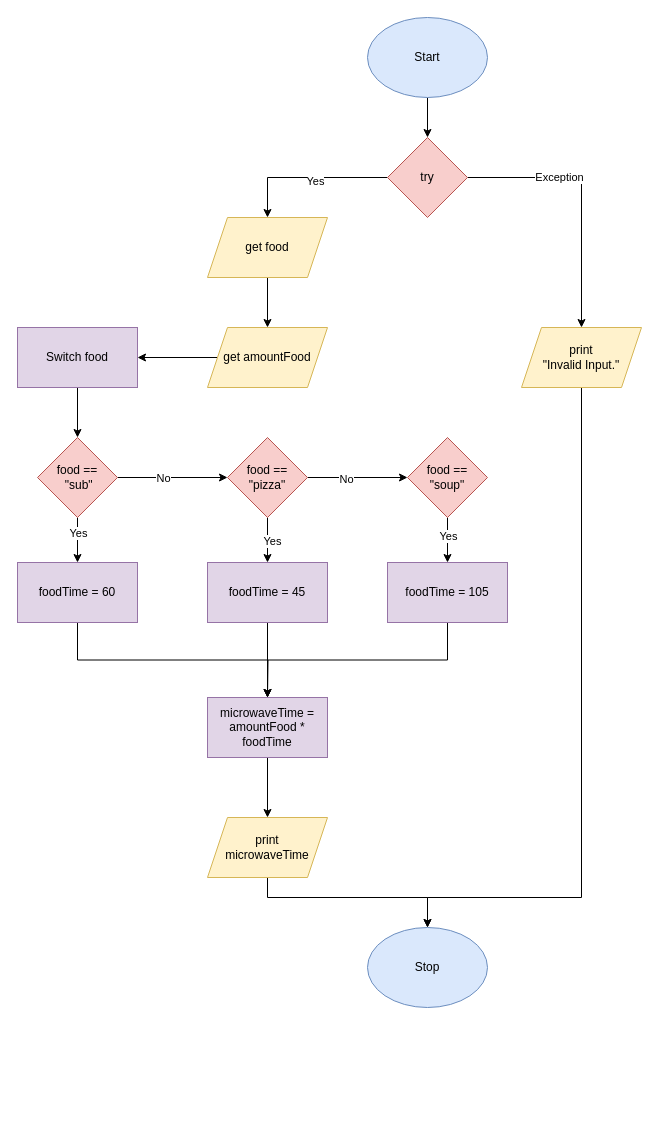
This is Design/Unit1-03.drawio from dbcalitis/ics4u-unit1-03-typescript, a draw.io file, before an edit. Source tidied: cells renumbered, new cells numbered last; positions are measured from the earlier drawing's top-left corner, leaving out a move shared by most shapes. Both pictures are drawn from the tidied source at 100%, with x=0, y=0 at pixel (17, 17).
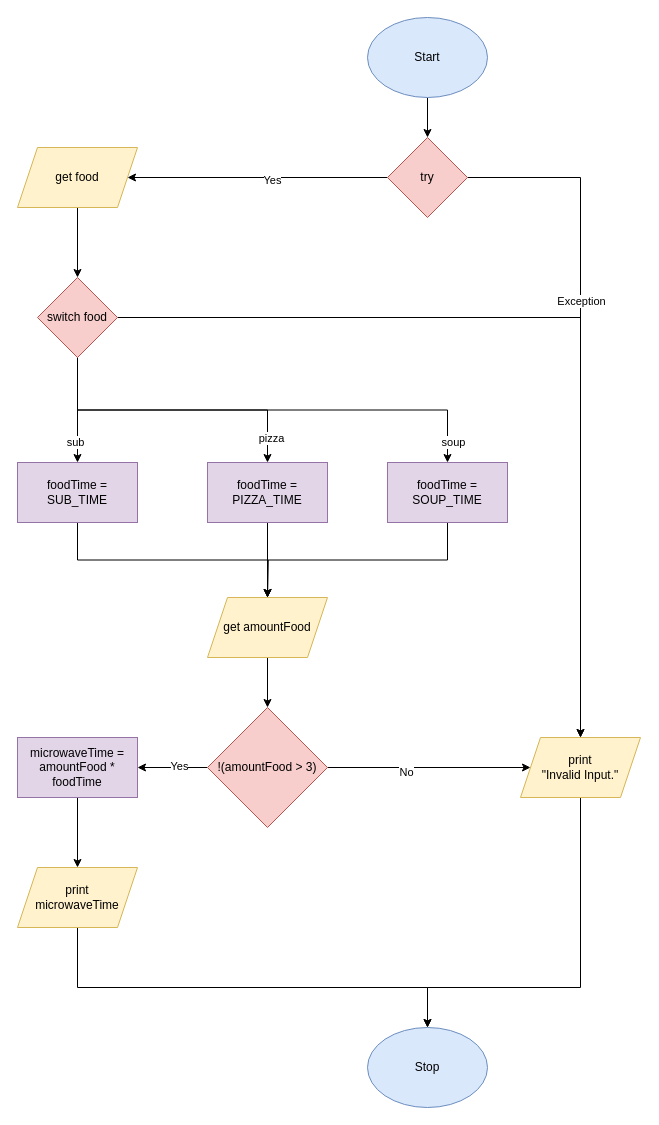
The same page after the edit.

Commit message (it also covers changes not shown here):
Updated Design content

Unchanged cells that the change refers to:
```xml
<mxCell id="9" value="try" style="rhombus;whiteSpace=wrap;html=1;fillColor=#f8cecc;strokeColor=#b85450;" parent="1" vertex="1">
  <mxGeometry x="370" y="120" width="80" height="80" as="geometry" />
</mxCell>
<mxCell id="24" style="edgeStyle=orthogonalEdgeStyle;rounded=0;html=1;exitX=0.5;exitY=1;exitDx=0;exitDy=0;" parent="1" edge="1" source="28" target="17">
  <mxGeometry relative="1" as="geometry" />
</mxCell>
```

Diff of the diagram source:
```diff
@@
     <mxCell id="4" value="Stop" style="ellipse;whiteSpace=wrap;html=1;fillColor=#dae8fc;strokeColor=#6c8ebf;" parent="1" vertex="1">
-      <mxGeometry x="350" y="910" width="120" height="80" as="geometry" />
+      <mxGeometry x="350" y="1010" width="120" height="80" as="geometry" />
     </mxCell>
-    <mxCell id="5" style="edgeStyle=orthogonalEdgeStyle;html=1;exitX=0;exitY=0.5;exitDx=0;exitDy=0;entryX=0.5;entryY=0;entryDx=0;entryDy=0;rounded=0;" parent="1" edge="1" source="9" target="11">
-      <mxGeometry relative="1" as="geometry" />
-    </mxCell>
-    <mxCell id="6" value="Yes" style="edgeLabel;html=1;align=center;verticalAlign=middle;" parent="5" vertex="1">
-      <mxGeometry x="-0.09" y="3" relative="1" as="geometry" />
-    </mxCell>
@@
+    <mxCell id="5" style="edgeStyle=orthogonalEdgeStyle;rounded=0;html=1;exitX=0;exitY=0.5;exitDx=0;exitDy=0;entryX=1;entryY=0.5;entryDx=0;entryDy=0;" parent="1" edge="1" source="9" target="11">
+      <mxGeometry relative="1" as="geometry" />
+    </mxCell>
+    <mxCell id="41" value="Yes" style="edgeLabel;html=1;align=center;verticalAlign=middle;" parent="5" vertex="1">
+      <mxGeometry x="-0.11" y="2" relative="1" as="geometry" />
+    </mxCell>
@@
-    <mxCell id="10" style="edgeStyle=orthogonalEdgeStyle;rounded=0;html=1;exitX=0.5;exitY=1;exitDx=0;exitDy=0;entryX=0.5;entryY=0;entryDx=0;entryDy=0;" parent="1" edge="1" source="11" target="13">
-      <mxGeometry relative="1" as="geometry" />
-    </mxCell>
+    <mxCell id="42" style="edgeStyle=orthogonalEdgeStyle;rounded=0;html=1;exitX=0.5;exitY=1;exitDx=0;exitDy=0;entryX=0.5;entryY=0;entryDx=0;entryDy=0;" parent="1" edge="1" source="11" target="28">
+      <mxGeometry relative="1" as="geometry" />
+    </mxCell>
     <mxCell id="11" value="get food" style="shape=parallelogram;perimeter=parallelogramPerimeter;whiteSpace=wrap;html=1;fixedSize=1;fillColor=#fff2cc;strokeColor=#d6b656;" parent="1" vertex="1">
-      <mxGeometry x="190" y="200" width="120" height="60" as="geometry" />
+      <mxGeometry y="130" width="120" height="60" as="geometry" />
     </mxCell>
-    <mxCell id="12" style="edgeStyle=orthogonalEdgeStyle;rounded=0;html=1;exitX=0;exitY=0.5;exitDx=0;exitDy=0;entryX=1;entryY=0.5;entryDx=0;entryDy=0;" parent="1" edge="1" source="13" target="23">
-      <mxGeometry relative="1" as="geometry" />
-    </mxCell>
-    <mxCell id="13" value="get amountFood" style="shape=parallelogram;perimeter=parallelogramPerimeter;whiteSpace=wrap;html=1;fixedSize=1;fillColor=#fff2cc;strokeColor=#d6b656;" parent="1" vertex="1">
-      <mxGeometry x="190" y="310" width="120" height="60" as="geometry" />
-    </mxCell>
     <mxCell id="14" style="edgeStyle=orthogonalEdgeStyle;rounded=0;html=1;exitX=0.5;exitY=1;exitDx=0;exitDy=0;" parent="1" edge="1" source="15" target="4">
       <mxGeometry relative="1" as="geometry">
         <Array as="points">
-          <mxPoint x="564" y="880" />
-          <mxPoint x="410" y="880" />
+          <mxPoint x="563" y="970" />
+          <mxPoint x="410" y="970" />
         </Array>
       </mxGeometry>
     </mxCell>
     <mxCell id="15" value="print &lt;br&gt;&quot;Invalid Input.&quot;" style="shape=parallelogram;perimeter=parallelogramPerimeter;whiteSpace=wrap;html=1;fixedSize=1;fillColor=#fff2cc;strokeColor=#d6b656;" parent="1" vertex="1">
-      <mxGeometry x="504" y="310" width="120" height="60" as="geometry" />
+      <mxGeometry x="503" y="720" width="120" height="60" as="geometry" />
     </mxCell>
     <mxCell id="16" style="edgeStyle=orthogonalEdgeStyle;rounded=0;html=1;exitX=0.5;exitY=1;exitDx=0;exitDy=0;" parent="1" edge="1" source="17">
       <mxGeometry relative="1" as="geometry">
-        <mxPoint x="250" y="680" as="targetPoint" />
+        <mxPoint x="250" y="580" as="targetPoint" />
       </mxGeometry>
     </mxCell>
-    <mxCell id="17" value="foodTime = 60" style="rounded=0;whiteSpace=wrap;html=1;fillColor=#e1d5e7;strokeColor=#9673a6;" parent="1" vertex="1">
-      <mxGeometry y="545" width="120" height="60" as="geometry" />
+    <mxCell id="17" value="foodTime = SUB_TIME" style="rounded=0;whiteSpace=wrap;html=1;fillColor=#e1d5e7;strokeColor=#9673a6;" parent="1" vertex="1">
+      <mxGeometry y="445" width="120" height="60" as="geometry" />
     </mxCell>
-    <mxCell id="18" style="edgeStyle=orthogonalEdgeStyle;rounded=0;html=1;exitX=0.5;exitY=1;exitDx=0;exitDy=0;" parent="1" edge="1" source="19" target="38">
-      <mxGeometry relative="1" as="geometry" />
+    <mxCell id="18" style="edgeStyle=orthogonalEdgeStyle;rounded=0;html=1;exitX=0.5;exitY=1;exitDx=0;exitDy=0;" parent="1" edge="1" source="19">
+      <mxGeometry relative="1" as="geometry">
+        <mxPoint x="250" y="580" as="targetPoint" />
+      </mxGeometry>
     </mxCell>
-    <mxCell id="19" value="foodTime = 45" style="rounded=0;whiteSpace=wrap;html=1;fillColor=#e1d5e7;strokeColor=#9673a6;" parent="1" vertex="1">
-      <mxGeometry x="190" y="545" width="120" height="60" as="geometry" />
+    <mxCell id="19" value="foodTime = PIZZA_TIME" style="rounded=0;whiteSpace=wrap;html=1;fillColor=#e1d5e7;strokeColor=#9673a6;" parent="1" vertex="1">
+      <mxGeometry x="190" y="445" width="120" height="60" as="geometry" />
     </mxCell>
-    <mxCell id="20" style="edgeStyle=orthogonalEdgeStyle;rounded=0;html=1;exitX=0.5;exitY=1;exitDx=0;exitDy=0;" parent="1" edge="1" source="21" target="38">
-      <mxGeometry relative="1" as="geometry" />
+    <mxCell id="20" style="edgeStyle=orthogonalEdgeStyle;rounded=0;html=1;exitX=0.5;exitY=1;exitDx=0;exitDy=0;" parent="1" edge="1" source="21">
+      <mxGeometry relative="1" as="geometry">
+        <mxPoint x="250" y="580" as="targetPoint" />
+      </mxGeometry>
     </mxCell>
-    <mxCell id="21" value="foodTime = 105" style="rounded=0;whiteSpace=wrap;html=1;fillColor=#e1d5e7;strokeColor=#9673a6;" parent="1" vertex="1">
-      <mxGeometry x="370" y="545" width="120" height="60" as="geometry" />
+    <mxCell id="21" value="foodTime = SOUP_TIME" style="rounded=0;whiteSpace=wrap;html=1;fillColor=#e1d5e7;strokeColor=#9673a6;" parent="1" vertex="1">
+      <mxGeometry x="370" y="445" width="120" height="60" as="geometry" />
     </mxCell>
-    <mxCell id="22" style="edgeStyle=orthogonalEdgeStyle;rounded=0;html=1;exitX=0.5;exitY=1;exitDx=0;exitDy=0;entryX=0.5;entryY=0;entryDx=0;entryDy=0;" parent="1" edge="1" source="23" target="28">
-      <mxGeometry relative="1" as="geometry" />
-    </mxCell>
-    <mxCell id="23" value="Switch food" style="rounded=0;whiteSpace=wrap;html=1;fillColor=#e1d5e7;strokeColor=#9673a6;" parent="1" vertex="1">
-      <mxGeometry y="310" width="120" height="60" as="geometry" />
-    </mxCell>
@@
-    <mxCell id="25" value="Yes" style="edgeLabel;html=1;align=center;verticalAlign=middle;" parent="24" vertex="1">
-      <mxGeometry x="-0.32" relative="1" as="geometry" />
-    </mxCell>
-    <mxCell id="26" style="edgeStyle=orthogonalEdgeStyle;rounded=0;html=1;exitX=1;exitY=0.5;exitDx=0;exitDy=0;entryX=0;entryY=0.5;entryDx=0;entryDy=0;" parent="1" edge="1" source="28" target="33">
-      <mxGeometry relative="1" as="geometry" />
-    </mxCell>
-    <mxCell id="27" value="No" style="edgeLabel;html=1;align=center;verticalAlign=middle;" parent="26" vertex="1">
-      <mxGeometry x="-0.19" relative="1" as="geometry" />
-    </mxCell>
+    <mxCell id="43" value="sub" style="edgeLabel;html=1;align=center;verticalAlign=middle;" parent="24" vertex="1">
+      <mxGeometry x="0.6" y="-3" relative="1" as="geometry" />
+    </mxCell>
+    <mxCell id="44" style="edgeStyle=orthogonalEdgeStyle;rounded=0;html=1;exitX=0.5;exitY=1;exitDx=0;exitDy=0;entryX=0.5;entryY=0;entryDx=0;entryDy=0;" parent="1" edge="1" source="28" target="19">
+      <mxGeometry relative="1" as="geometry" />
+    </mxCell>
+    <mxCell id="45" value="pizza" style="edgeLabel;html=1;align=center;verticalAlign=middle;" parent="44" vertex="1">
+      <mxGeometry x="0.83" y="3" relative="1" as="geometry" />
+    </mxCell>
+    <mxCell id="46" style="edgeStyle=orthogonalEdgeStyle;rounded=0;html=1;exitX=0.5;exitY=1;exitDx=0;exitDy=0;" parent="1" edge="1" source="28" target="21">
+      <mxGeometry relative="1" as="geometry" />
+    </mxCell>
+    <mxCell id="47" value="soup" style="edgeLabel;html=1;align=center;verticalAlign=middle;" parent="46" vertex="1">
+      <mxGeometry x="0.91" y="5" relative="1" as="geometry" />
+    </mxCell>
+    <mxCell id="48" style="edgeStyle=orthogonalEdgeStyle;rounded=0;html=1;exitX=1;exitY=0.5;exitDx=0;exitDy=0;" parent="1" edge="1" source="28" target="15">
+      <mxGeometry relative="1" as="geometry" />
+    </mxCell>
-    <mxCell id="28" value="food ==&lt;br&gt;&amp;nbsp;&quot;sub&quot;" style="rhombus;whiteSpace=wrap;html=1;fillColor=#f8cecc;strokeColor=#b85450;" parent="1" vertex="1">
-      <mxGeometry x="20" y="420" width="80" height="80" as="geometry" />
+    <mxCell id="28" value="switch food" style="rhombus;whiteSpace=wrap;html=1;fillColor=#f8cecc;strokeColor=#b85450;" parent="1" vertex="1">
+      <mxGeometry x="20" y="260" width="80" height="80" as="geometry" />
     </mxCell>
-    <mxCell id="29" style="edgeStyle=orthogonalEdgeStyle;rounded=0;html=1;exitX=1;exitY=0.5;exitDx=0;exitDy=0;entryX=0;entryY=0.5;entryDx=0;entryDy=0;" parent="1" edge="1" source="33" target="36">
-      <mxGeometry relative="1" as="geometry" />
-    </mxCell>
-    <mxCell id="30" value="No" style="edgeLabel;html=1;align=center;verticalAlign=middle;" parent="29" vertex="1">
-      <mxGeometry x="-0.25" y="-1" relative="1" as="geometry" />
-    </mxCell>
-    <mxCell id="31" style="edgeStyle=orthogonalEdgeStyle;rounded=0;html=1;exitX=0.5;exitY=1;exitDx=0;exitDy=0;entryX=0.5;entryY=0;entryDx=0;entryDy=0;" parent="1" edge="1" source="33" target="19">
-      <mxGeometry relative="1" as="geometry" />
-    </mxCell>
-    <mxCell id="32" value="Yes" style="edgeLabel;html=1;align=center;verticalAlign=middle;" parent="31" vertex="1">
-      <mxGeometry x="0.03" y="4" relative="1" as="geometry" />
-    </mxCell>
-    <mxCell id="33" value="food == &quot;pizza&quot;" style="rhombus;whiteSpace=wrap;html=1;fillColor=#f8cecc;strokeColor=#b85450;" parent="1" vertex="1">
-      <mxGeometry x="210" y="420" width="80" height="80" as="geometry" />
-    </mxCell>
-    <mxCell id="34" style="edgeStyle=orthogonalEdgeStyle;rounded=0;html=1;exitX=0.5;exitY=1;exitDx=0;exitDy=0;entryX=0.5;entryY=0;entryDx=0;entryDy=0;" parent="1" edge="1" source="36" target="21">
-      <mxGeometry relative="1" as="geometry" />
-    </mxCell>
-    <mxCell id="35" value="Yes" style="edgeLabel;html=1;align=center;verticalAlign=middle;" parent="34" vertex="1">
-      <mxGeometry x="-0.2" relative="1" as="geometry" />
-    </mxCell>
-    <mxCell id="36" value="food == &quot;soup&quot;" style="rhombus;whiteSpace=wrap;html=1;fillColor=#f8cecc;strokeColor=#b85450;" parent="1" vertex="1">
-      <mxGeometry x="390" y="420" width="80" height="80" as="geometry" />
-    </mxCell>
+    <mxCell id="39" style="edgeStyle=orthogonalEdgeStyle;rounded=0;html=1;exitX=1;exitY=0.5;exitDx=0;exitDy=0;entryX=0.5;entryY=0;entryDx=0;entryDy=0;" parent="1" edge="1" source="40" target="4">
+      <mxGeometry relative="1" as="geometry">
+        <Array as="points">
+          <mxPoint x="60" y="880" />
+          <mxPoint x="60" y="970" />
+          <mxPoint x="410" y="970" />
+        </Array>
+      </mxGeometry>
+    </mxCell>
+    <mxCell id="40" value="print &lt;br&gt;microwaveTime" style="shape=parallelogram;perimeter=parallelogramPerimeter;whiteSpace=wrap;html=1;fixedSize=1;fillColor=#fff2cc;strokeColor=#d6b656;" parent="1" vertex="1">
+      <mxGeometry y="850" width="120" height="60" as="geometry" />
+    </mxCell>
@@
     <mxCell id="38" value="microwaveTime = amountFood * foodTime" style="rounded=0;whiteSpace=wrap;html=1;fillColor=#e1d5e7;strokeColor=#9673a6;" parent="1" vertex="1">
-      <mxGeometry x="190" y="680" width="120" height="60" as="geometry" />
+      <mxGeometry y="720" width="120" height="60" as="geometry" />
     </mxCell>
-    <mxCell id="39" style="edgeStyle=orthogonalEdgeStyle;rounded=0;html=1;exitX=1;exitY=0.5;exitDx=0;exitDy=0;" parent="1" edge="1" source="40" target="4">
-      <mxGeometry relative="1" as="geometry">
-        <Array as="points">
-          <mxPoint x="250" y="830" />
-          <mxPoint x="250" y="880" />
-          <mxPoint x="410" y="880" />
-        </Array>
-      </mxGeometry>
-    </mxCell>
-    <mxCell id="40" value="print &lt;br&gt;microwaveTime" style="shape=parallelogram;perimeter=parallelogramPerimeter;whiteSpace=wrap;html=1;fixedSize=1;fillColor=#fff2cc;strokeColor=#d6b656;" parent="1" vertex="1">
-      <mxGeometry x="190" y="800" width="120" height="60" as="geometry" />
-    </mxCell>
+    <mxCell id="49" style="edgeStyle=orthogonalEdgeStyle;rounded=0;html=1;exitX=0.5;exitY=1;exitDx=0;exitDy=0;entryX=0.5;entryY=0;entryDx=0;entryDy=0;" parent="1" edge="1" source="13" target="54">
+      <mxGeometry relative="1" as="geometry" />
+    </mxCell>
+    <mxCell id="13" value="get amountFood" style="shape=parallelogram;perimeter=parallelogramPerimeter;whiteSpace=wrap;html=1;fixedSize=1;fillColor=#fff2cc;strokeColor=#d6b656;" parent="1" vertex="1">
+      <mxGeometry x="190" y="580" width="120" height="60" as="geometry" />
+    </mxCell>
+    <mxCell id="50" style="edgeStyle=orthogonalEdgeStyle;rounded=0;html=1;exitX=1;exitY=0.5;exitDx=0;exitDy=0;" parent="1" edge="1" source="54" target="15">
+      <mxGeometry relative="1" as="geometry" />
+    </mxCell>
+    <mxCell id="51" value="No" style="edgeLabel;html=1;align=center;verticalAlign=middle;" parent="50" vertex="1">
+      <mxGeometry x="-0.24" y="-4" relative="1" as="geometry">
+        <mxPoint x="1" as="offset" />
+      </mxGeometry>
+    </mxCell>
+    <mxCell id="52" style="edgeStyle=orthogonalEdgeStyle;rounded=0;html=1;exitX=0;exitY=0.5;exitDx=0;exitDy=0;entryX=1;entryY=0.5;entryDx=0;entryDy=0;" parent="1" edge="1" source="54" target="38">
+      <mxGeometry relative="1" as="geometry" />
+    </mxCell>
+    <mxCell id="53" value="Yes" style="edgeLabel;html=1;align=center;verticalAlign=middle;" parent="52" vertex="1">
+      <mxGeometry x="-0.17" y="-2" relative="1" as="geometry" />
+    </mxCell>
+    <mxCell id="54" value="!(amountFood &amp;gt; 3)" style="rhombus;whiteSpace=wrap;html=1;fillColor=#f8cecc;strokeColor=#b85450;" parent="1" vertex="1">
+      <mxGeometry x="190" y="690" width="120" height="120" as="geometry" />
+    </mxCell>
```
